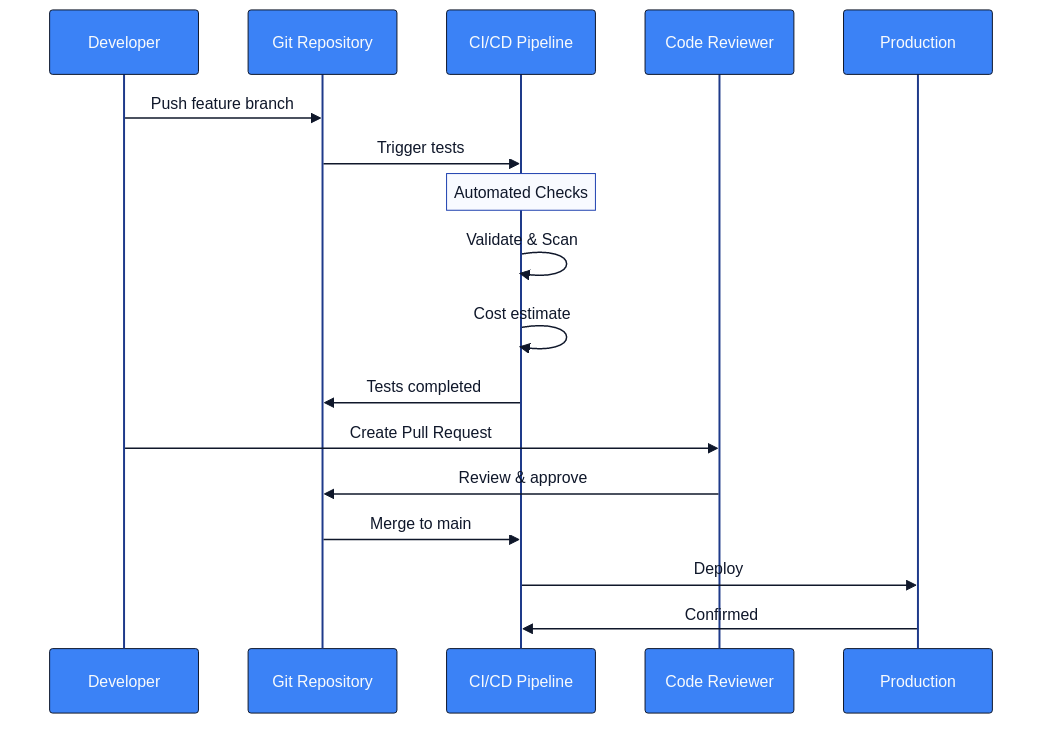
This is docs/images/code_review_sequence.png from Geonitab/architecture_as_code, a Mermaid export, as it was before one commit. Its source is kept beside it as docs/images/code_review_sequence.mmd.
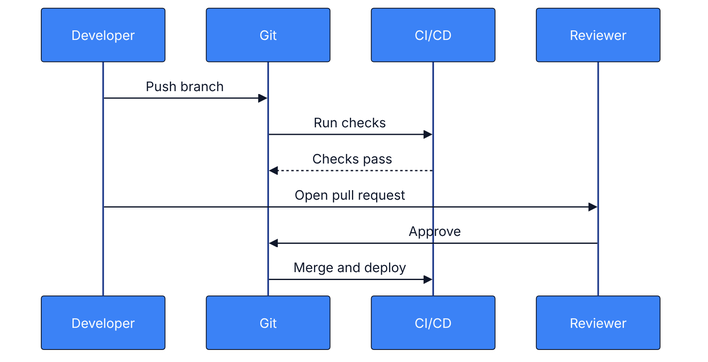
Above is the later version.

Diff of the diagram source:
```diff
@@ -1,22 +1,12 @@
 sequenceDiagram
     participant Dev as Developer
-    participant Git as Git Repository
-    participant CI as CI/CD Pipeline
-    participant Rev as Code Reviewer
-    participant Prod as Production
+    participant Git as Git
+    participant CI as CI/CD
+    participant Rev as Reviewer
 
-    Dev->>Git: Push feature branch
-    Git->>CI: Trigger tests
-
-    Note over CI: Automated Checks
-    CI->>CI: Validate & Scan
-    CI->>CI: Cost estimate
-
-    CI->>Git: Tests completed
-    Dev->>Rev: Create Pull Request
-
-    Rev->>Git: Review & approve
-
-    Git->>CI: Merge to main
-    CI->>Prod: Deploy
-    Prod->>CI: Confirmed
+    Dev->>Git: Push branch
+    Git->>CI: Run checks
+    CI-->>Git: Checks pass
+    Dev->>Rev: Open pull request
+    Rev->>Git: Approve
+    Git->>CI: Merge and deploy
```
